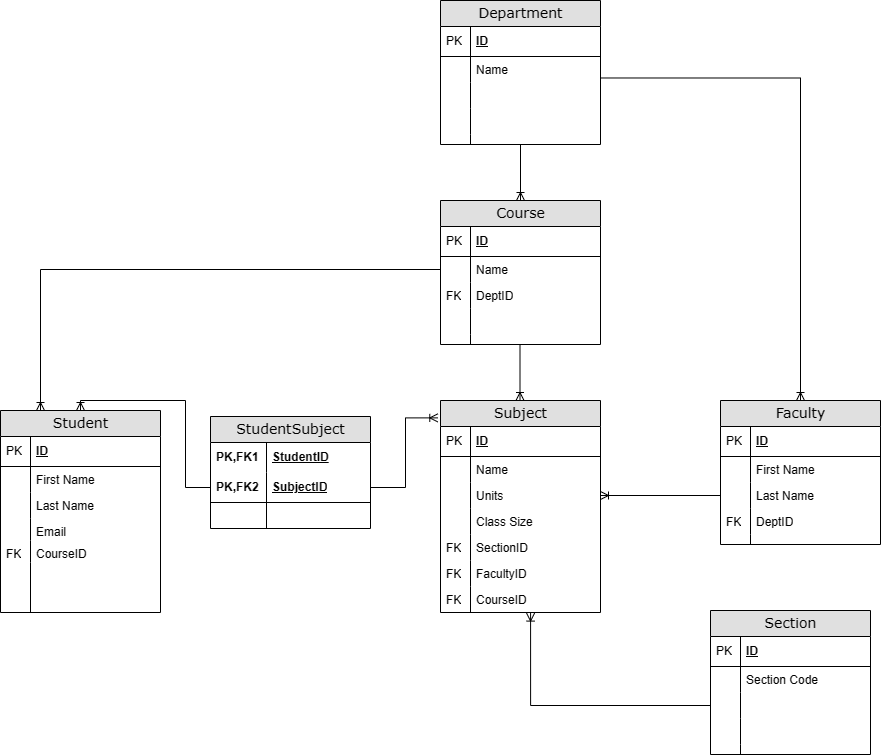
Above: Documents/erd.png in 16N1K4/StudentEnrollmentSystem (draw.io), before the change. Source tidied: cells renumbered, new cells last; positions are measured from the earlier drawing's top-left corner, leaving out a move shared by most shapes.
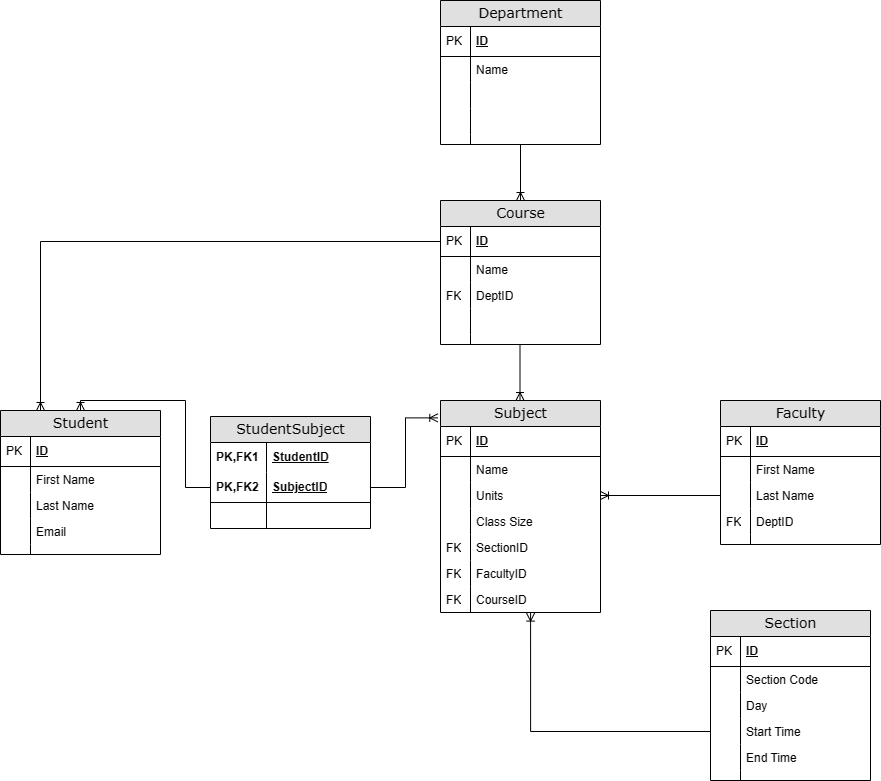
The same file after the commit.

Change to the diagram source:
```diff
@@ -135,7 +135,7 @@
       <mxGeometry width="56" height="26" as="geometry" />
     </mxCell>
     <mxCell id="46" value="Student" style="swimlane;html=1;fontStyle=0;horizontal=1;startSize=26;fillColor=#e0e0e0;swimlaneFillColor=#ffffff;align=center;rounded=0;shadow=0;comic=0;labelBackgroundColor=none;strokeWidth=1;fontFamily=Verdana;fontSize=14;" parent="1" vertex="1">
-      <mxGeometry y="410" width="160" height="202" as="geometry" />
+      <mxGeometry y="410" width="160" height="144" as="geometry" />
     </mxCell>
     <mxCell id="47" value="ID" style="shape=partialRectangle;top=0;left=0;right=0;bottom=1;html=1;align=left;verticalAlign=middle;fillColor=none;spacingLeft=34;spacingRight=4;whiteSpace=wrap;overflow=hidden;fontStyle=5;" parent="46" vertex="1">
       <mxGeometry y="26" width="160" height="30" as="geometry" />
@@ -156,22 +156,16 @@
       <mxGeometry width="30" height="26" as="geometry" />
     </mxCell>
     <mxCell id="53" value="Email" style="shape=partialRectangle;top=0;left=0;right=0;bottom=0;html=1;align=left;verticalAlign=top;fillColor=none;spacingLeft=34;spacingRight=4;whiteSpace=wrap;overflow=hidden;" parent="46" vertex="1">
-      <mxGeometry y="108" width="160" height="22" as="geometry" />
+      <mxGeometry y="108" width="160" height="26" as="geometry" />
     </mxCell>
     <mxCell id="54" style="shape=partialRectangle;top=0;left=0;bottom=0;html=1;fillColor=none;align=left;verticalAlign=top;spacingLeft=4;spacingRight=4;whiteSpace=wrap;overflow=hidden;" parent="53" vertex="1">
-      <mxGeometry width="30" height="22" as="geometry" />
+      <mxGeometry width="30" height="26" as="geometry" />
     </mxCell>
-    <mxCell id="55" value="CourseID" style="shape=partialRectangle;top=0;left=0;right=0;bottom=0;html=1;align=left;verticalAlign=top;fillColor=none;spacingLeft=34;spacingRight=4;whiteSpace=wrap;overflow=hidden;" parent="46" vertex="1">
-      <mxGeometry y="130" width="160" height="22" as="geometry" />
-    </mxCell>
-    <mxCell id="56" value="FK" style="shape=partialRectangle;top=0;left=0;bottom=0;html=1;fillColor=none;align=left;verticalAlign=top;spacingLeft=4;spacingRight=4;whiteSpace=wrap;overflow=hidden;" parent="55" vertex="1">
-      <mxGeometry width="30" height="22" as="geometry" />
-    </mxCell>
     <mxCell id="57" style="shape=partialRectangle;top=0;left=0;right=0;bottom=0;html=1;align=left;verticalAlign=top;fillColor=none;spacingLeft=34;spacingRight=4;whiteSpace=wrap;overflow=hidden;" parent="46" vertex="1">
-      <mxGeometry y="152" width="160" height="50" as="geometry" />
+      <mxGeometry y="134" width="160" height="10" as="geometry" />
     </mxCell>
     <mxCell id="58" style="shape=partialRectangle;top=0;left=0;bottom=0;html=1;fillColor=none;align=left;verticalAlign=top;spacingLeft=4;spacingRight=4;whiteSpace=wrap;overflow=hidden;" parent="57" vertex="1">
-      <mxGeometry width="30" height="50" as="geometry" />
+      <mxGeometry width="30" height="10" as="geometry" />
     </mxCell>
     <mxCell id="59" value="Faculty" style="swimlane;html=1;fontStyle=0;horizontal=1;startSize=26;fillColor=#e0e0e0;swimlaneFillColor=#ffffff;align=center;rounded=0;shadow=0;comic=0;labelBackgroundColor=none;strokeWidth=1;fontFamily=Verdana;fontSize=14;" parent="1" vertex="1">
       <mxGeometry x="720" y="400" width="160" height="144" as="geometry" />
@@ -215,9 +209,6 @@
         <mxPoint x="519.5" y="400" as="targetPoint" />
       </mxGeometry>
     </mxCell>
-    <mxCell id="72" style="fontSize=12;html=1;endArrow=ERoneToMany;rounded=0;exitX=1.003;exitY=-0.174;exitDx=0;exitDy=0;exitPerimeter=0;edgeStyle=orthogonalEdgeStyle;" parent="1" edge="1" source="7" target="59">
-      <mxGeometry relative="1" as="geometry" />
-    </mxCell>
     <mxCell id="73" style="fontSize=12;html=1;endArrow=ERoneToMany;rounded=0;entryX=1;entryY=0.5;entryDx=0;entryDy=0;exitX=0;exitY=0.5;exitDx=0;exitDy=0;" parent="1" edge="1" source="64" target="18">
       <mxGeometry relative="1" as="geometry" />
     </mxCell>
@@ -228,7 +219,7 @@
       <mxGeometry relative="1" as="geometry" />
     </mxCell>
     <mxCell id="76" value="Section" style="swimlane;html=1;fontStyle=0;horizontal=1;startSize=26;fillColor=#e0e0e0;swimlaneFillColor=#ffffff;align=center;rounded=0;shadow=0;comic=0;labelBackgroundColor=none;strokeWidth=1;fontFamily=Verdana;fontSize=14;swimlaneLine=1;" parent="1" vertex="1">
-      <mxGeometry x="710" y="610" width="160" height="144" as="geometry" />
+      <mxGeometry x="710" y="610" width="160" height="170" as="geometry" />
     </mxCell>
     <mxCell id="77" value="ID" style="shape=partialRectangle;top=0;left=0;right=0;bottom=1;html=1;align=left;verticalAlign=middle;fillColor=none;spacingLeft=34;spacingRight=4;whiteSpace=wrap;overflow=hidden;fontStyle=5;" parent="76" vertex="1">
       <mxGeometry y="26" width="160" height="30" as="geometry" />
@@ -242,20 +233,26 @@
     <mxCell id="80" style="shape=partialRectangle;top=0;left=0;bottom=0;html=1;fillColor=none;align=left;verticalAlign=top;spacingLeft=4;spacingRight=4;whiteSpace=wrap;overflow=hidden;" parent="79" vertex="1">
       <mxGeometry width="30" height="26" as="geometry" />
     </mxCell>
+    <mxCell id="89" value="Day" style="shape=partialRectangle;top=0;left=0;right=0;bottom=0;html=1;align=left;verticalAlign=top;fillColor=none;spacingLeft=34;spacingRight=4;whiteSpace=wrap;overflow=hidden;" parent="76" vertex="1">
+      <mxGeometry y="82" width="160" height="26" as="geometry" />
+    </mxCell>
+    <mxCell id="90" style="shape=partialRectangle;top=0;left=0;bottom=0;html=1;fillColor=none;align=left;verticalAlign=top;spacingLeft=4;spacingRight=4;whiteSpace=wrap;overflow=hidden;" parent="89" vertex="1">
+      <mxGeometry width="30" height="26" as="geometry" />
+    </mxCell>
-    <mxCell id="81" style="shape=partialRectangle;top=0;left=0;right=0;bottom=0;html=1;align=left;verticalAlign=top;fillColor=none;spacingLeft=34;spacingRight=4;whiteSpace=wrap;overflow=hidden;points=[[0,0.5],[1,0.5]];portConstraint=eastwest;" parent="76" vertex="1">
-      <mxGeometry y="82" width="160" height="26" as="geometry" />
+    <mxCell id="81" value="Start Time" style="shape=partialRectangle;top=0;left=0;right=0;bottom=0;html=1;align=left;verticalAlign=top;fillColor=none;spacingLeft=34;spacingRight=4;whiteSpace=wrap;overflow=hidden;points=[[0,0.5],[1,0.5]];portConstraint=eastwest;" parent="76" vertex="1">
+      <mxGeometry y="108" width="160" height="26" as="geometry" />
     </mxCell>
     <mxCell id="82" style="shape=partialRectangle;top=0;left=0;bottom=0;html=1;fillColor=none;align=left;verticalAlign=top;spacingLeft=4;spacingRight=4;whiteSpace=wrap;overflow=hidden;" parent="81" vertex="1">
       <mxGeometry width="30" height="26" as="geometry" />
     </mxCell>
-    <mxCell id="83" style="shape=partialRectangle;top=0;left=0;right=0;bottom=0;html=1;align=left;verticalAlign=top;fillColor=none;spacingLeft=34;spacingRight=4;whiteSpace=wrap;overflow=hidden;" parent="76" vertex="1">
-      <mxGeometry y="108" width="160" height="26" as="geometry" />
+    <mxCell id="83" value="End Time" style="shape=partialRectangle;top=0;left=0;right=0;bottom=0;html=1;align=left;verticalAlign=top;fillColor=none;spacingLeft=34;spacingRight=4;whiteSpace=wrap;overflow=hidden;" parent="76" vertex="1">
+      <mxGeometry y="134" width="160" height="26" as="geometry" />
     </mxCell>
     <mxCell id="84" style="shape=partialRectangle;top=0;left=0;bottom=0;html=1;fillColor=none;align=left;verticalAlign=top;spacingLeft=4;spacingRight=4;whiteSpace=wrap;overflow=hidden;" parent="83" vertex="1">
       <mxGeometry width="30" height="26" as="geometry" />
     </mxCell>
     <mxCell id="85" style="shape=partialRectangle;top=0;left=0;right=0;bottom=0;html=1;align=left;verticalAlign=top;fillColor=none;spacingLeft=34;spacingRight=4;whiteSpace=wrap;overflow=hidden;" parent="76" vertex="1">
-      <mxGeometry y="134" width="160" height="10" as="geometry" />
+      <mxGeometry y="160" width="160" height="10" as="geometry" />
     </mxCell>
     <mxCell id="86" style="shape=partialRectangle;top=0;left=0;bottom=0;html=1;fillColor=none;align=left;verticalAlign=top;spacingLeft=4;spacingRight=4;whiteSpace=wrap;overflow=hidden;" parent="85" vertex="1">
       <mxGeometry width="30" height="10" as="geometry" />
@@ -263,8 +260,8 @@
     <mxCell id="87" style="fontSize=12;html=1;endArrow=ERoneToMany;rounded=0;entryX=0.563;entryY=1.023;entryDx=0;entryDy=0;exitX=0;exitY=0.5;exitDx=0;exitDy=0;entryPerimeter=0;edgeStyle=orthogonalEdgeStyle;" parent="1" edge="1" source="81" target="26">
       <mxGeometry relative="1" as="geometry" />
     </mxCell>
-    <mxCell id="88" style="fontSize=12;html=1;endArrow=ERoneToMany;rounded=0;entryX=0.25;entryY=0;entryDx=0;entryDy=0;exitX=0;exitY=0.5;exitDx=0;exitDy=0;edgeStyle=orthogonalEdgeStyle;" parent="1" edge="1" source="31" target="46">
-      <mxGeometry relative="1" as="geometry" />
-    </mxCell>
+    <mxCell id="91" style="fontSize=12;html=1;endArrow=ERoneToMany;rounded=0;exitX=0;exitY=0.5;exitDx=0;exitDy=0;edgeStyle=orthogonalEdgeStyle;entryX=0.25;entryY=0;entryDx=0;entryDy=0;" parent="1" edge="1" source="29" target="46">
+      <mxGeometry relative="1" as="geometry" />
+    </mxCell>
   </root>
 </mxGraphModel>
```
